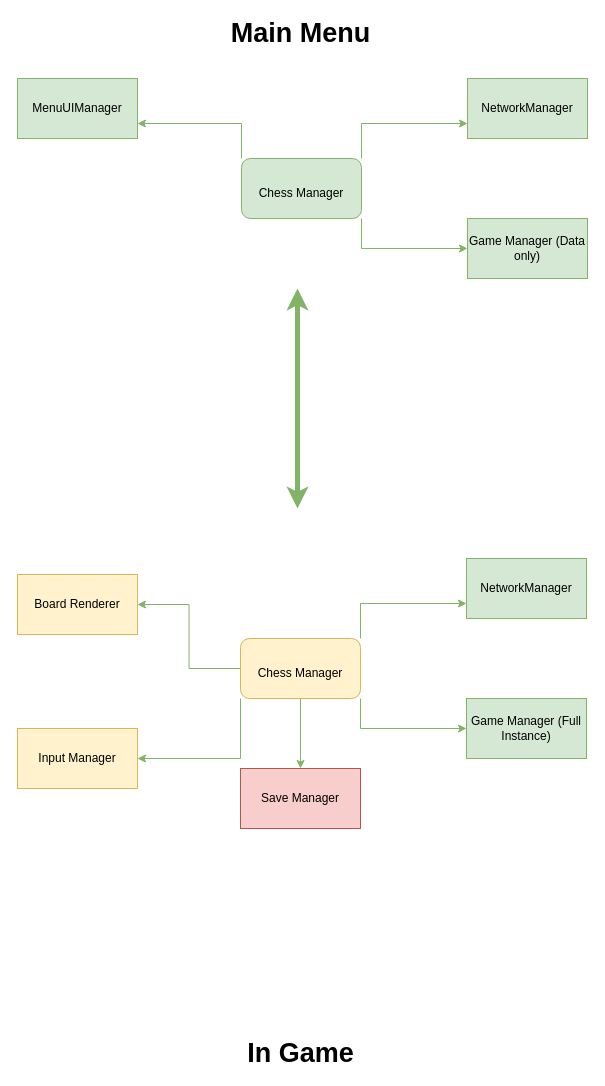
This is page "Chess Manager" (2 of 5) of Plan Diagram (draw.io).drawio from Robert-M-Lucas/NEA, a draw.io file, before an edit. Source tidied: cells renumbered, new cells numbered last; positions are measured from the earlier drawing's top-left corner, leaving out a move shared by most shapes. Both pictures are drawn from the tidied source at 100%, with x=0, y=0 at pixel (17, 18).
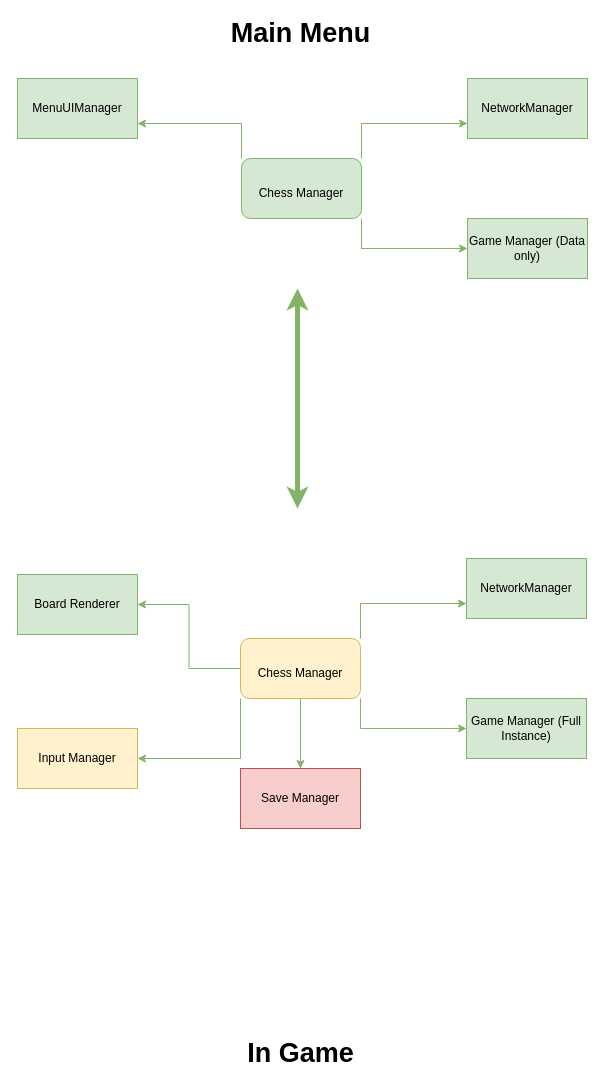
After the change.

The edit, as a diff of the source:
```diff
@@
-    <mxCell id="21" value="Board Renderer" style="rounded=0;whiteSpace=wrap;html=1;fontSize=12;fillColor=#fff2cc;strokeColor=#d6b656;" parent="1" vertex="1">
+    <mxCell id="21" value="Board Renderer" style="rounded=0;whiteSpace=wrap;html=1;fontSize=12;fillColor=#d5e8d4;strokeColor=#82b366;" parent="1" vertex="1">
       <mxGeometry y="556" width="120" height="60" as="geometry" />
     </mxCell>
```
